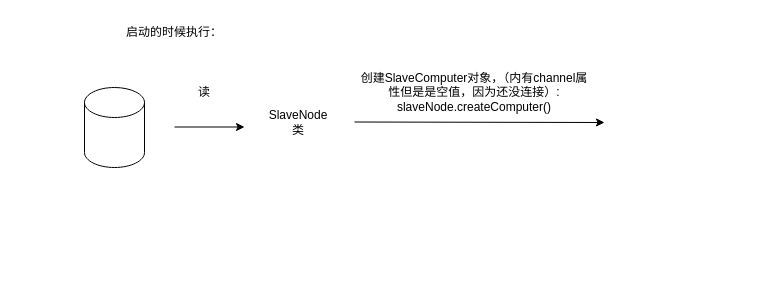
The draw.io diagram think.drawio in lzus/test, before the edit. Source tidied: cells renumbered, new cells numbered last; positions are measured from the earlier drawing's top-left corner, leaving out a move shared by most shapes. Both pictures are drawn from the tidied source at 100%, with x=0, y=0 at pixel (84, 17).
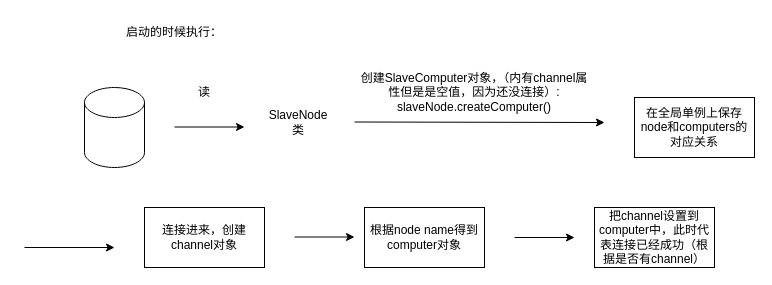
The same page after the edit.

Diff of the diagram source:
```diff
@@
+    <mxCell id="9" value="在全局单例上保存node和computers的对应关系" style="rounded=0;whiteSpace=wrap;html=1;" parent="1" vertex="1">
+      <mxGeometry x="550" y="80" width="120" height="60" as="geometry" />
+    </mxCell>
+    <mxCell id="10" style="endArrow=classic;html=1;rounded=0;" parent="1" edge="1">
+      <mxGeometry relative="1" as="geometry">
+        <mxPoint x="-60" y="230" as="sourcePoint" />
+        <mxPoint x="30" y="230" as="targetPoint" />
+      </mxGeometry>
+    </mxCell>
+    <mxCell id="11" value="连接进来，创建channel对象" style="rounded=0;whiteSpace=wrap;html=1;" parent="1" vertex="1">
+      <mxGeometry x="60" y="190" width="120" height="60" as="geometry" />
+    </mxCell>
+    <mxCell id="12" value="根据node name得到computer对象" style="rounded=0;whiteSpace=wrap;html=1;" parent="1" vertex="1">
+      <mxGeometry x="280" y="190" width="120" height="60" as="geometry" />
+    </mxCell>
+    <mxCell id="13" style="endArrow=classic;html=1;rounded=0;" parent="1" edge="1">
+      <mxGeometry relative="1" as="geometry">
+        <mxPoint x="210" y="219.5" as="sourcePoint" />
+        <mxPoint x="270" y="219.5" as="targetPoint" />
+      </mxGeometry>
+    </mxCell>
+    <mxCell id="14" style="endArrow=classic;html=1;rounded=0;" parent="1" edge="1">
+      <mxGeometry relative="1" as="geometry">
+        <mxPoint x="430" y="220" as="sourcePoint" />
+        <mxPoint x="490" y="220" as="targetPoint" />
+      </mxGeometry>
+    </mxCell>
+    <mxCell id="15" value="把channel设置到computer中，此时代表连接已经成功（根据是否有channel）" style="rounded=0;whiteSpace=wrap;html=1;" parent="1" vertex="1">
+      <mxGeometry x="510" y="190" width="120" height="60" as="geometry" />
+    </mxCell>
```
